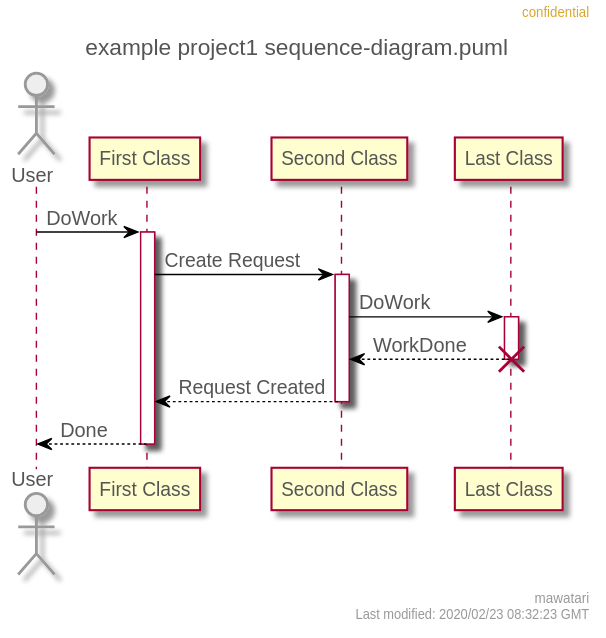
Above: sequence-diagram.svg in mawatari/example-project-uml (PlantUML), before the change.
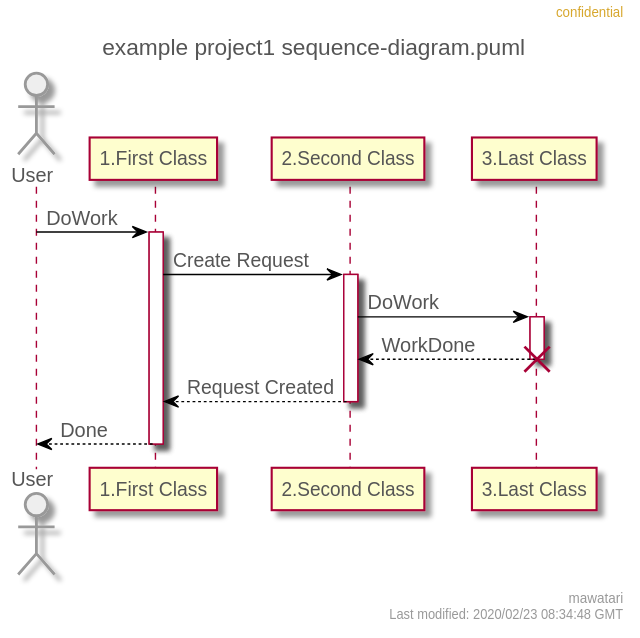
The same diagram one commit later.

Commit message:
Automatically generated PlantUML images.

The edit, as a diff of the source:
```diff
@@ -43,13 +43,13 @@
   DiamondBorderColor #999999
 }
 right header confidential
-right footer mawatari\nLast modified: 2020/02/23 08:32:23 GMT
+right footer mawatari\nLast modified: 2020/02/23 08:34:48 GMT
 title example project1 sequence-diagram.puml
 
 actor User
-participant "First Class" as A
-participant "Second Class" as B
-participant "Last Class" as C
+participant "1.First Class" as A
+participant "2.Second Class" as B
+participant "3.Last Class" as C
 
 User -> A: DoWork
 activate A
```
